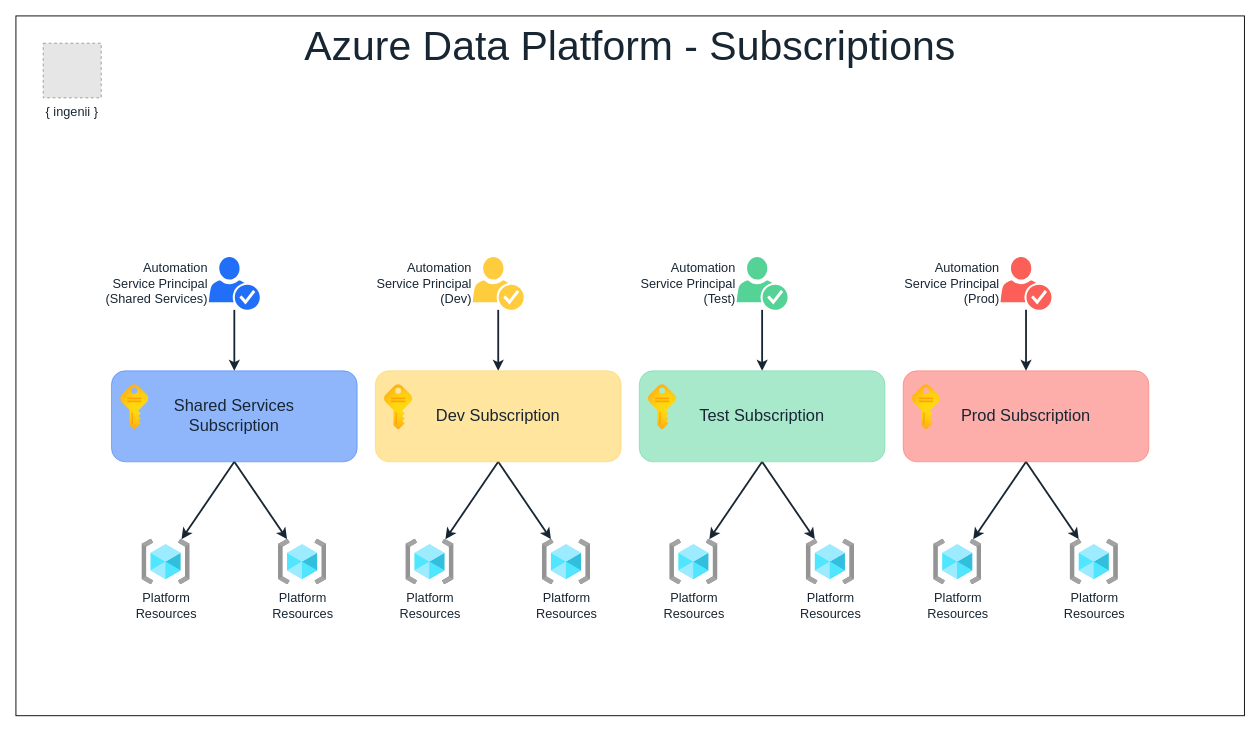
The draw.io diagram docs/assets/adp-design-subscriptions.drawio in rising-star92/python-azure-data-paltform, before the edit. Source tidied: cells renumbered, new cells numbered last; positions are measured from the earlier drawing's top-left corner, leaving out a move shared by most shapes. Both pictures are drawn from the tidied source at 91%, with x=0, y=0 at pixel (15, 15). Pictures stored in the file or linked from it are replaced by grey dashed boxes.
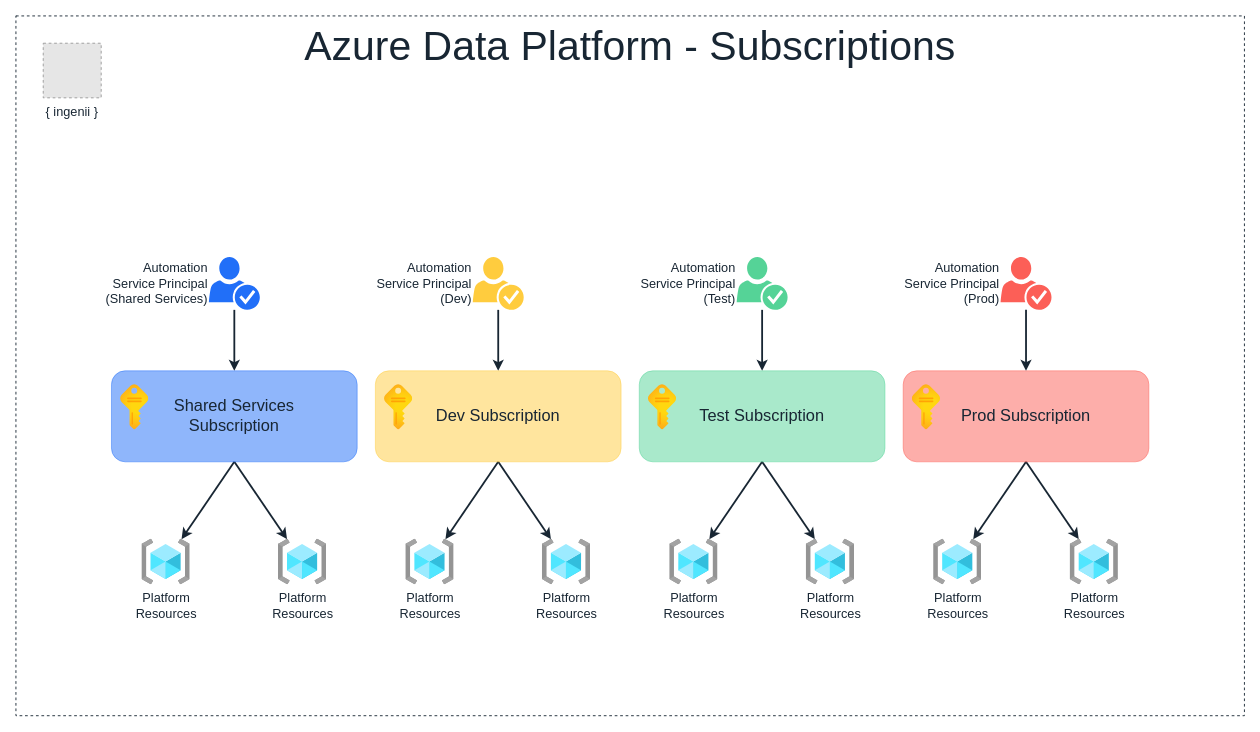
Above is the later version.

What changed in the source:
```diff
@@
-    <mxCell id="2" value="&lt;span style=&quot;font-size: 45px&quot;&gt;Azure Data Platform - Subscriptions&lt;/span&gt;" style="rounded=0;whiteSpace=wrap;html=1;verticalAlign=top;fontSize=30;fontFamily=Helvetica;fontStyle=0;glass=0;labelBackgroundColor=none;fillColor=#FFFFFF;fontColor=#182633;" parent="1" vertex="1">
+    <mxCell id="2" value="&lt;span style=&quot;font-size: 45px&quot;&gt;Azure Data Platform - Subscriptions&lt;/span&gt;" style="rounded=0;whiteSpace=wrap;html=1;verticalAlign=top;fontSize=30;fontFamily=Helvetica;fontStyle=0;glass=0;labelBackgroundColor=none;fillColor=#FFFFFF;fontColor=#182633;dashed=1;strokeColor=#182633;" parent="1" vertex="1">
       <mxGeometry width="1350" height="769" as="geometry" />
     </mxCell>
```
